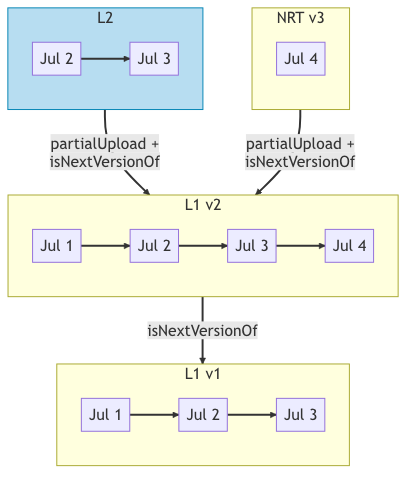
The Mermaid diagram Documentation/Design/ExportScripts/CarbonPortal/L1_L2_CPversions.png in quince-science/QuinCe, before a commit. Its source is kept beside it as Documentation/Design/ExportScripts/CarbonPortal/L1_L2_CPversions.mermaid. The source it was exported from:
```mermaid
flowchart TB

  subgraph l2[L2]
    l2_1[Jul 2]
    l2_2[Jul 3]
    l2_1-->l2_2
  end

  subgraph nrt3[NRT v3]
    nrt3_4[Jul 4]
  end

  subgraph nrt2[L1 v2]
    nrt2_1[Jul 1]
    nrt2_2[Jul 2]
    nrt2_3[Jul 3]
    nrt2_4[Jul 4]
    nrt2_1-->nrt2_2
    nrt2_2-->nrt2_3
    nrt2_3-->nrt2_4
  end

  l2-->|partialUpload +<br/>isNextVersionOf|nrt2
  nrt3-->|partialUpload +<br/>isNextVersionOf|nrt2

  subgraph nrt1[L1 v1]
    nrt1_1[Jul 1]
    nrt1_2[Jul 2]
    nrt1_3[Jul 3]
    nrt1_1-->nrt1_2
    nrt1_2-->nrt1_3
  end

  nrt2-->|isNextVersionOf|nrt1

  style l2 fill:#b7ddf1,stroke:#0686B5
```
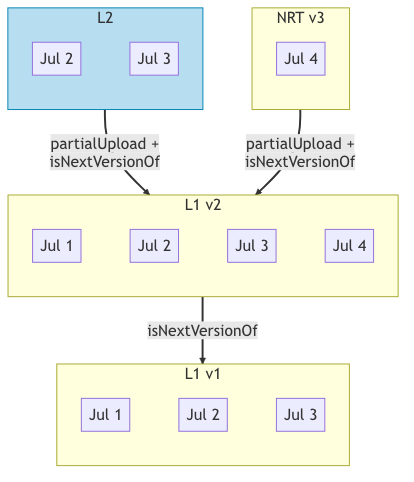
After the change.

What changed in the source:
```diff
@@ -3,7 +3,7 @@
   subgraph l2[L2]
     l2_1[Jul 2]
     l2_2[Jul 3]
-    l2_1-->l2_2
+    l2_1~~~l2_2
   end
 
   subgraph nrt3[NRT v3]
@@ -15,9 +15,9 @@
     nrt2_2[Jul 2]
     nrt2_3[Jul 3]
     nrt2_4[Jul 4]
-    nrt2_1-->nrt2_2
-    nrt2_2-->nrt2_3
-    nrt2_3-->nrt2_4
+    nrt2_1~~~nrt2_2
+    nrt2_2~~~nrt2_3
+    nrt2_3~~~nrt2_4
   end
 
   l2-->|partialUpload +<br/>isNextVersionOf|nrt2
@@ -27,8 +27,8 @@
     nrt1_1[Jul 1]
     nrt1_2[Jul 2]
     nrt1_3[Jul 3]
-    nrt1_1-->nrt1_2
-    nrt1_2-->nrt1_3
+    nrt1_1~~~nrt1_2
+    nrt1_2~~~nrt1_3
   end
 
   nrt2-->|isNextVersionOf|nrt1
```
